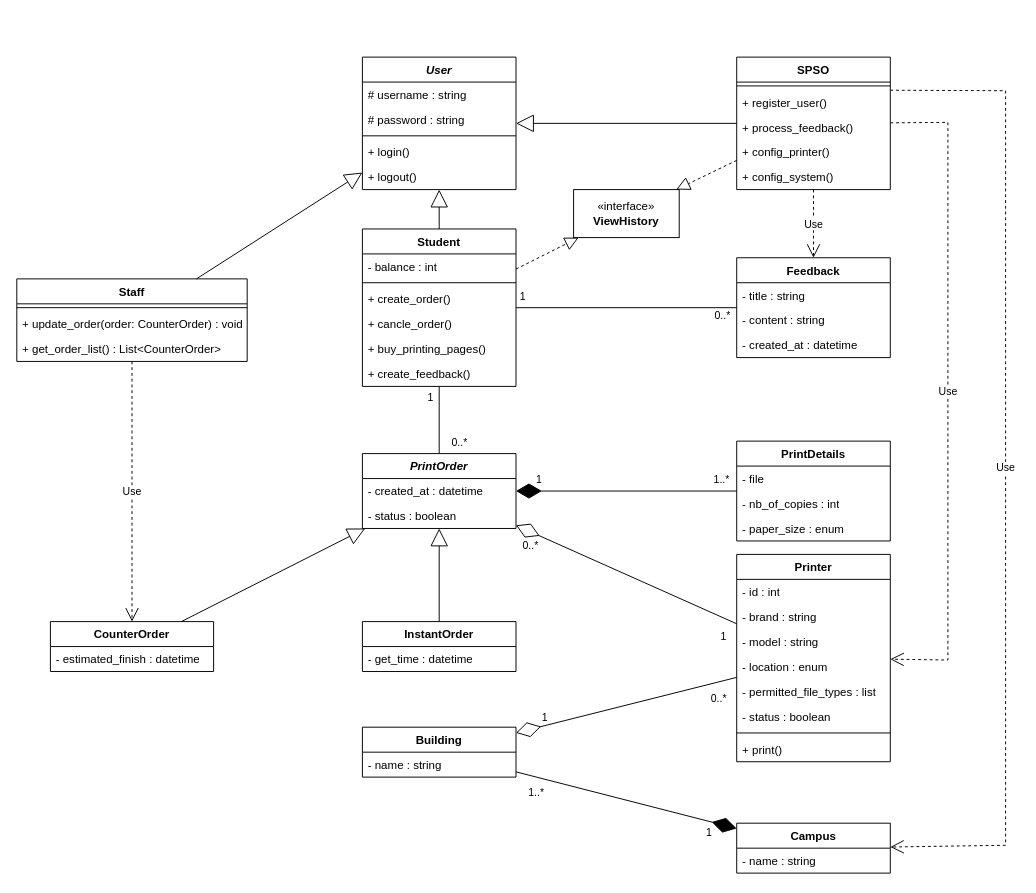
The draw.io diagram printing-module-class-diagram.drawio in blueonline07/auth-demo, before the edit. Source tidied: cells renumbered, new cells numbered last; positions are measured from the earlier drawing's top-left corner, leaving out a move shared by most shapes. Both pictures are drawn from the tidied source at 96%, with x=0, y=0 at pixel (16, 57).
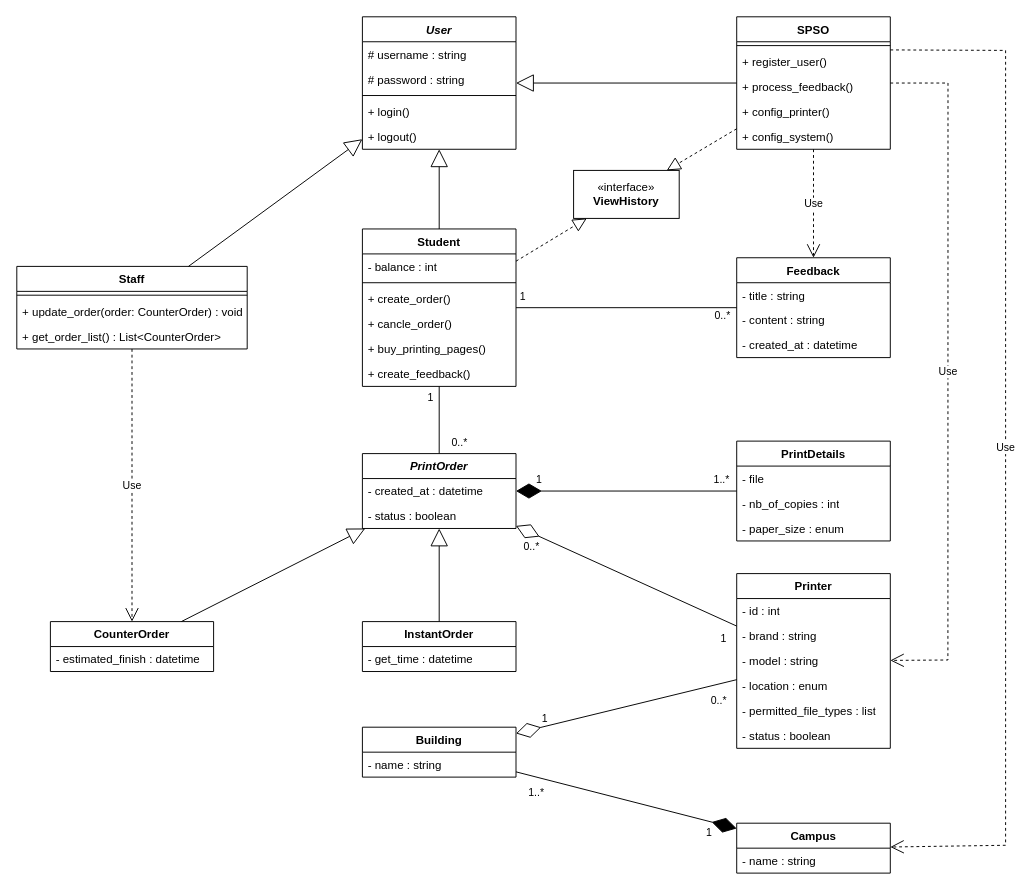
After the change.

The change refers to these unchanged cells:
```xml
<mxCell id="74" value="Campus" style="swimlane;fontStyle=1;align=center;verticalAlign=top;horizontal=1;startSize=26;whiteSpace=wrap;html=1;" parent="1" vertex="1">
  <mxGeometry x="749.9" y="798" width="160" height="52" as="geometry" />
</mxCell>
```

The edit, as a diff of the source:
```diff
@@
     <mxCell id="2" value="&lt;i&gt;User&lt;/i&gt;" style="swimlane;fontStyle=1;align=center;verticalAlign=top;horizontal=1;startSize=26;whiteSpace=wrap;html=1;" parent="1" vertex="1">
-      <mxGeometry x="360" width="160" height="138" as="geometry" />
+      <mxGeometry x="360" y="-42" width="160" height="138" as="geometry" />
     </mxCell>
@@
     <mxCell id="8" value="Staff" style="swimlane;fontStyle=1;align=center;verticalAlign=top;horizontal=1;startSize=26;whiteSpace=wrap;html=1;" parent="1" vertex="1">
-      <mxGeometry y="231" width="240" height="86" as="geometry" />
+      <mxGeometry y="218" width="240" height="86" as="geometry" />
     </mxCell>
@@
     <mxCell id="26" value="Printer" style="swimlane;fontStyle=1;align=center;verticalAlign=top;horizontal=1;startSize=26;whiteSpace=wrap;html=1;" parent="1" vertex="1">
-      <mxGeometry x="749.9" y="518" width="160" height="216" as="geometry" />
+      <mxGeometry x="749.9" y="538" width="160" height="182" as="geometry" />
     </mxCell>
@@
-    <mxCell id="33" style="line;strokeWidth=1;fillColor=none;align=left;verticalAlign=middle;spacingTop=-1;spacingLeft=3;spacingRight=3;labelPosition=right;strokeColor=inherit;" parent="26" vertex="1">
-      <mxGeometry y="182" width="160" height="8" as="geometry" />
-    </mxCell>
-    <mxCell id="34" value="+ print()" style="text;strokeColor=none;fillColor=none;align=left;verticalAlign=top;spacingLeft=4;spacingRight=4;overflow=hidden;whiteSpace=wrap;html=1;" parent="26" vertex="1">
-      <mxGeometry y="190" width="160" height="26" as="geometry" />
-    </mxCell>
@@
     <mxCell id="53" value="SPSO" style="swimlane;fontStyle=1;align=center;verticalAlign=top;horizontal=1;startSize=26;whiteSpace=wrap;html=1;" parent="1" vertex="1">
-      <mxGeometry x="749.9" width="160" height="138" as="geometry" />
+      <mxGeometry x="749.9" y="-42" width="160" height="138" as="geometry" />
     </mxCell>
@@
     <mxCell id="68" value="Use" style="endArrow=open;endSize=12;dashed=1;html=1;rounded=0;" parent="1" edge="1" source="53" target="26">
       <mxGeometry relative="1" as="geometry">
         <Array as="points">
-          <mxPoint x="969.9" y="68" />
+          <mxPoint x="970" y="27" />
           <mxPoint x="969.9" y="628" />
         </Array>
       </mxGeometry>
     </mxCell>
     <mxCell id="69" value="«interface»&lt;br&gt;&lt;b&gt;ViewHistory&lt;/b&gt;" style="html=1;whiteSpace=wrap;" parent="1" vertex="1">
-      <mxGeometry x="580" y="138" width="110" height="50" as="geometry" />
+      <mxGeometry x="580" y="118" width="110" height="50" as="geometry" />
     </mxCell>
@@
     <mxCell id="82" value="Use" style="endArrow=open;endSize=12;dashed=1;html=1;rounded=0;exitX=1;exitY=0.25;exitDx=0;exitDy=0;" parent="1" edge="1" source="53" target="74">
       <mxGeometry relative="1" as="geometry">
         <Array as="points">
-          <mxPoint x="1030" y="35" />
+          <mxPoint x="1030" y="-7" />
           <mxPoint x="1030" y="821" />
         </Array>
       </mxGeometry>
     </mxCell>
```
